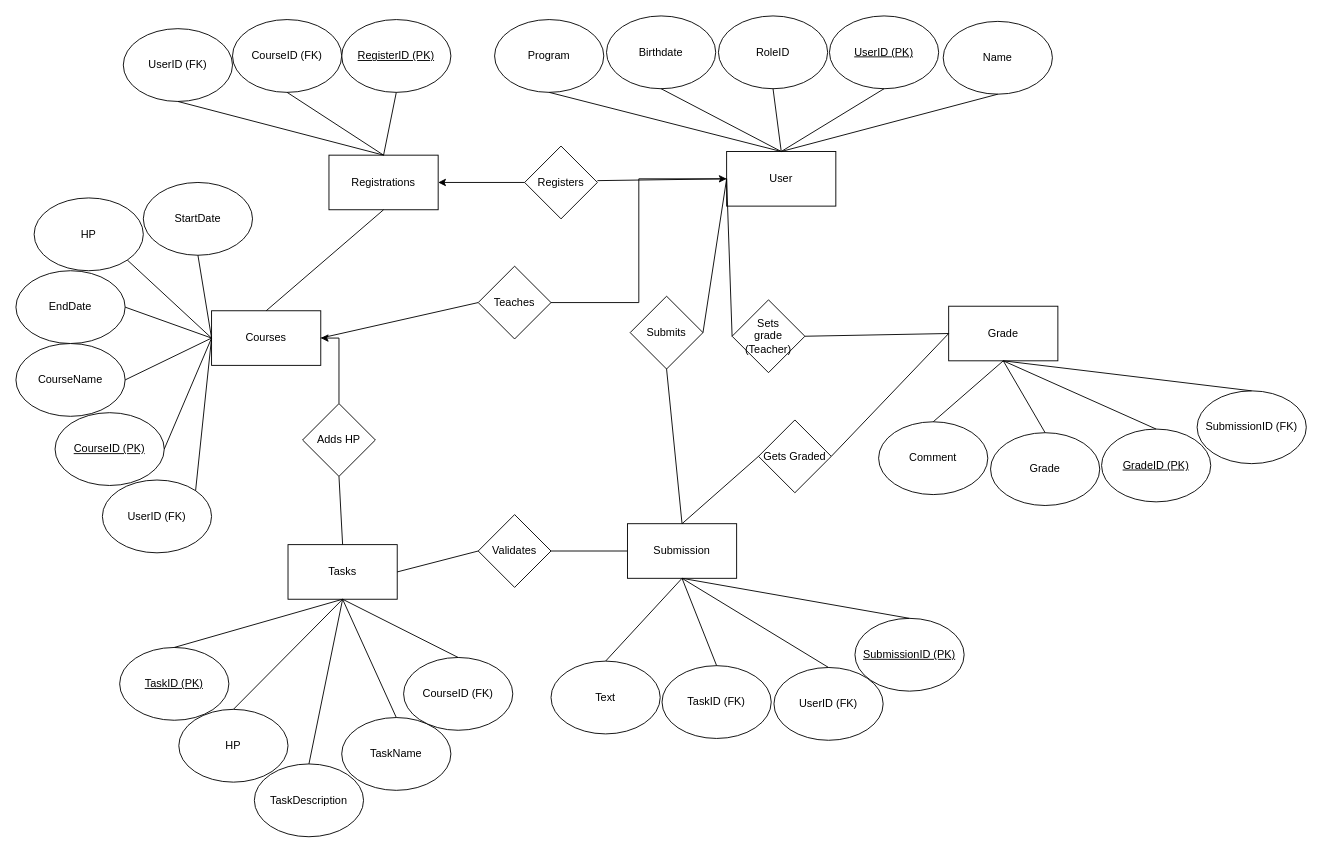
B4lkongen/databas_project keeps this draw.io diagram as documentation/ER.drawio. Above is the earlier version. Source tidied: cells renumbered, new cells numbered last; positions are measured from the earlier drawing's top-left corner, leaving out a move shared by most shapes. Both pictures are drawn from the tidied source at 91%, with x=0, y=0 at pixel (15, 15).
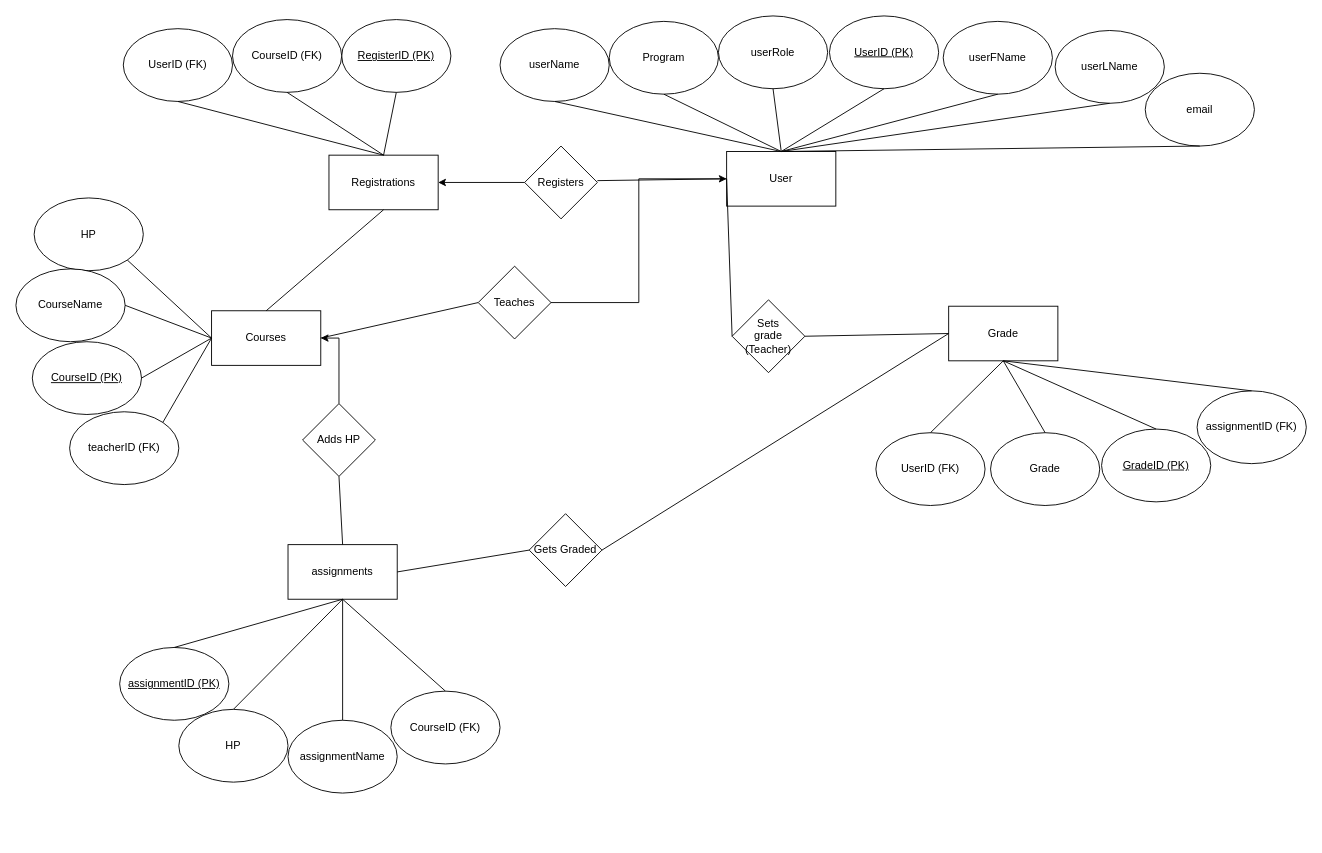
The same page after the edit.

The change refers to these unchanged cells:
```xml
<mxCell id="2" value="User" style="rounded=0;whiteSpace=wrap;html=1;" parent="1" vertex="1">
  <mxGeometry x="781" y="149" width="120" height="60" as="geometry" />
</mxCell>
<mxCell id="6" value="Courses" style="rounded=0;whiteSpace=wrap;html=1;" parent="1" vertex="1">
  <mxGeometry x="215" y="324" width="120" height="60" as="geometry" />
</mxCell>
<mxCell id="10" value="Grade" style="rounded=0;whiteSpace=wrap;html=1;" parent="1" vertex="1">
  <mxGeometry x="1025" y="319" width="120" height="60" as="geometry" />
</mxCell>
```

Change to the diagram source:
```diff
@@
-    <mxCell id="4" value="Submission" style="rounded=0;whiteSpace=wrap;html=1;" parent="1" vertex="1">
-      <mxGeometry x="672" y="558" width="120" height="60" as="geometry" />
-    </mxCell>
-    <mxCell id="5" value="&lt;span style=&quot;background-color: initial;&quot;&gt;Text&lt;/span&gt;" style="ellipse;whiteSpace=wrap;html=1;" parent="1" vertex="1">
-      <mxGeometry x="588" y="709" width="120" height="80" as="geometry" />
-    </mxCell>
@@
-    <mxCell id="7" value="EndDate" style="ellipse;whiteSpace=wrap;html=1;" parent="1" vertex="1">
-      <mxGeometry y="280" width="120" height="80" as="geometry" />
-    </mxCell>
-    <mxCell id="8" value="Tasks" style="rounded=0;whiteSpace=wrap;html=1;" parent="1" vertex="1">
+    <mxCell id="8" value="assignments" style="rounded=0;whiteSpace=wrap;html=1;" parent="1" vertex="1">
       <mxGeometry x="299" y="581" width="120" height="60" as="geometry" />
     </mxCell>
@@
-    <mxCell id="11" value="&lt;div&gt;Comment&lt;/div&gt;" style="ellipse;whiteSpace=wrap;html=1;" parent="1" vertex="1">
-      <mxGeometry x="948" y="446" width="120" height="80" as="geometry" />
-    </mxCell>
@@
-    <mxCell id="14" value="StartDate" style="ellipse;whiteSpace=wrap;html=1;" parent="1" vertex="1">
-      <mxGeometry x="140" y="183" width="120" height="80" as="geometry" />
-    </mxCell>
@@
     <mxCell id="16" value="CourseName" style="ellipse;whiteSpace=wrap;html=1;" parent="1" vertex="1">
-      <mxGeometry y="360" width="120" height="80" as="geometry" />
+      <mxGeometry y="278" width="120" height="80" as="geometry" />
     </mxCell>
-    <mxCell id="17" value="UserID (FK)" style="ellipse;whiteSpace=wrap;html=1;" parent="1" vertex="1">
-      <mxGeometry x="95" y="510" width="120" height="80" as="geometry" />
+    <mxCell id="17" value="teacherID (FK)" style="ellipse;whiteSpace=wrap;html=1;" parent="1" vertex="1">
+      <mxGeometry x="59" y="435" width="120" height="80" as="geometry" />
     </mxCell>
     <mxCell id="18" value="&lt;u&gt;CourseID (PK)&lt;/u&gt;" style="ellipse;whiteSpace=wrap;html=1;" parent="1" vertex="1">
-      <mxGeometry x="43" y="436" width="120" height="80" as="geometry" />
+      <mxGeometry x="18" y="358" width="120" height="80" as="geometry" />
     </mxCell>
-    <mxCell id="19" style="endArrow=none;html=1;rounded=0;entryX=0.5;entryY=1;entryDx=0;entryDy=0;exitX=0;exitY=0.5;exitDx=0;exitDy=0;" parent="1" edge="1" source="6" target="14">
-      <mxGeometry relative="1" as="geometry" />
-    </mxCell>
@@
-    <mxCell id="21" style="endArrow=none;html=1;rounded=0;entryX=1;entryY=0.5;entryDx=0;entryDy=0;exitX=0;exitY=0.5;exitDx=0;exitDy=0;" parent="1" edge="1" source="6" target="7">
-      <mxGeometry relative="1" as="geometry" />
-    </mxCell>
@@
-    <mxCell id="25" value="TaskDescription" style="ellipse;whiteSpace=wrap;html=1;" parent="1" vertex="1">
-      <mxGeometry x="262" y="822" width="120" height="80" as="geometry" />
-    </mxCell>
-    <mxCell id="26" value="TaskName" style="ellipse;whiteSpace=wrap;html=1;" parent="1" vertex="1">
-      <mxGeometry x="358" y="771" width="120" height="80" as="geometry" />
+    <mxCell id="26" value="assignmentName" style="ellipse;whiteSpace=wrap;html=1;" parent="1" vertex="1">
+      <mxGeometry x="299" y="774" width="120" height="80" as="geometry" />
     </mxCell>
-    <mxCell id="27" value="&lt;u&gt;TaskID (PK)&lt;/u&gt;" style="ellipse;whiteSpace=wrap;html=1;" parent="1" vertex="1">
+    <mxCell id="27" value="&lt;u&gt;assignmentID (PK)&lt;/u&gt;" style="ellipse;whiteSpace=wrap;html=1;" parent="1" vertex="1">
       <mxGeometry x="114" y="694" width="120" height="80" as="geometry" />
     </mxCell>
     <mxCell id="28" value="CourseID (FK)" style="ellipse;whiteSpace=wrap;html=1;" parent="1" vertex="1">
-      <mxGeometry x="426" y="705" width="120" height="80" as="geometry" />
+      <mxGeometry x="412" y="742" width="120" height="80" as="geometry" />
     </mxCell>
@@
-    <mxCell id="32" style="endArrow=none;html=1;rounded=0;exitX=0.5;exitY=0;exitDx=0;exitDy=0;entryX=0.5;entryY=1;entryDx=0;entryDy=0;" parent="1" edge="1" source="25" target="8">
-      <mxGeometry relative="1" as="geometry" />
-    </mxCell>
@@
-    <mxCell id="34" value="TaskID (FK)" style="ellipse;whiteSpace=wrap;html=1;" parent="1" vertex="1">
-      <mxGeometry x="710" y="714" width="120" height="80" as="geometry" />
-    </mxCell>
     <mxCell id="35" value="UserID (FK)" style="ellipse;whiteSpace=wrap;html=1;" parent="1" vertex="1">
-      <mxGeometry x="833" y="716" width="120" height="80" as="geometry" />
+      <mxGeometry x="945" y="458" width="120" height="80" as="geometry" />
     </mxCell>
-    <mxCell id="36" value="&lt;u&gt;SubmissionID (PK)&lt;/u&gt;" style="ellipse;whiteSpace=wrap;html=1;" parent="1" vertex="1">
-      <mxGeometry x="922" y="662" width="120" height="80" as="geometry" />
-    </mxCell>
-    <mxCell id="37" style="endArrow=none;html=1;rounded=0;exitX=0.5;exitY=0;exitDx=0;exitDy=0;entryX=0.5;entryY=1;entryDx=0;entryDy=0;" parent="1" edge="1" source="5" target="4">
-      <mxGeometry relative="1" as="geometry" />
-    </mxCell>
-    <mxCell id="38" style="endArrow=none;html=1;rounded=0;exitX=0.5;exitY=0;exitDx=0;exitDy=0;entryX=0.5;entryY=1;entryDx=0;entryDy=0;" parent="1" edge="1" source="34" target="4">
-      <mxGeometry relative="1" as="geometry" />
-    </mxCell>
-    <mxCell id="39" style="endArrow=none;html=1;rounded=0;exitX=0.5;exitY=0;exitDx=0;exitDy=0;entryX=0.5;entryY=1;entryDx=0;entryDy=0;" parent="1" edge="1" source="35" target="4">
+    <mxCell id="39" style="endArrow=none;html=1;rounded=0;exitX=0.5;exitY=0;exitDx=0;exitDy=0;entryX=0.5;entryY=1;entryDx=0;entryDy=0;" parent="1" edge="1" source="35" target="10">
       <mxGeometry relative="1" as="geometry" />
     </mxCell>
-    <mxCell id="40" style="endArrow=none;html=1;rounded=0;entryX=0.5;entryY=0;entryDx=0;entryDy=0;exitX=0.5;exitY=1;exitDx=0;exitDy=0;" parent="1" edge="1" source="4" target="36">
-      <mxGeometry relative="1" as="geometry" />
-    </mxCell>
@@
     <mxCell id="46" value="Program" style="ellipse;whiteSpace=wrap;html=1;" parent="1" vertex="1">
-      <mxGeometry x="526" y="4" width="120" height="80" as="geometry" />
+      <mxGeometry x="652" y="6" width="120" height="80" as="geometry" />
     </mxCell>
-    <mxCell id="47" value="Birthdate" style="ellipse;whiteSpace=wrap;html=1;" parent="1" vertex="1">
-      <mxGeometry x="649" width="120" height="80" as="geometry" />
+    <mxCell id="47" value="userLName" style="ellipse;whiteSpace=wrap;html=1;" parent="1" vertex="1">
+      <mxGeometry x="1142" y="16" width="120" height="80" as="geometry" />
     </mxCell>
-    <mxCell id="48" value="Name" style="ellipse;whiteSpace=wrap;html=1;" parent="1" vertex="1">
+    <mxCell id="48" value="userFName" style="ellipse;whiteSpace=wrap;html=1;" parent="1" vertex="1">
       <mxGeometry x="1019" y="6" width="120" height="80" as="geometry" />
     </mxCell>
-    <mxCell id="49" value="RoleID" style="ellipse;whiteSpace=wrap;html=1;" parent="1" vertex="1">
+    <mxCell id="49" value="userRole" style="ellipse;whiteSpace=wrap;html=1;" parent="1" vertex="1">
       <mxGeometry x="772" width="120" height="80" as="geometry" />
     </mxCell>
@@
-    <mxCell id="56" value="SubmissionID (FK)" style="ellipse;whiteSpace=wrap;html=1;" parent="1" vertex="1">
+    <mxCell id="56" value="assignmentID (FK)" style="ellipse;whiteSpace=wrap;html=1;" parent="1" vertex="1">
       <mxGeometry x="1298" y="412" width="120" height="80" as="geometry" />
     </mxCell>
@@
-    <mxCell id="61" style="endArrow=none;html=1;rounded=0;exitX=0.5;exitY=0;exitDx=0;exitDy=0;entryX=0.5;entryY=1;entryDx=0;entryDy=0;" parent="1" edge="1" source="11" target="10">
-      <mxGeometry relative="1" as="geometry" />
-    </mxCell>
@@
-    <mxCell id="67" value="Validates" style="rhombus;whiteSpace=wrap;html=1;" parent="1" vertex="1">
-      <mxGeometry x="508" y="548" width="80" height="80" as="geometry" />
-    </mxCell>
-    <mxCell id="68" style="endArrow=none;html=1;rounded=0;exitX=1;exitY=0.5;exitDx=0;exitDy=0;entryX=0;entryY=0.5;entryDx=0;entryDy=0;" parent="1" edge="1" source="67" target="4">
-      <mxGeometry relative="1" as="geometry" />
-    </mxCell>
-    <mxCell id="69" style="endArrow=none;html=1;rounded=0;entryX=0;entryY=0.5;entryDx=0;entryDy=0;exitX=1;exitY=0.5;exitDx=0;exitDy=0;" parent="1" edge="1" source="8" target="67">
-      <mxGeometry relative="1" as="geometry" />
-    </mxCell>
-    <mxCell id="70" value="Submits" style="rhombus;whiteSpace=wrap;html=1;" parent="1" vertex="1">
-      <mxGeometry x="675" y="308" width="80" height="80" as="geometry" />
-    </mxCell>
-    <mxCell id="71" style="endArrow=none;html=1;rounded=0;entryX=0;entryY=0.5;entryDx=0;entryDy=0;exitX=1;exitY=0.5;exitDx=0;exitDy=0;" parent="1" edge="1" source="70" target="2">
-      <mxGeometry relative="1" as="geometry" />
-    </mxCell>
-    <mxCell id="72" style="endArrow=none;html=1;rounded=0;entryX=0.5;entryY=1;entryDx=0;entryDy=0;exitX=0.5;exitY=0;exitDx=0;exitDy=0;" parent="1" edge="1" source="4" target="70">
-      <mxGeometry relative="1" as="geometry" />
-    </mxCell>
@@
     <mxCell id="81" value="Gets Graded" style="rhombus;whiteSpace=wrap;html=1;" parent="1" vertex="1">
-      <mxGeometry x="816" y="444" width="80" height="80" as="geometry" />
+      <mxGeometry x="564" y="547" width="80" height="80" as="geometry" />
     </mxCell>
@@
-    <mxCell id="83" style="endArrow=none;html=1;rounded=0;exitX=0;exitY=0.5;exitDx=0;exitDy=0;entryX=0.5;entryY=0;entryDx=0;entryDy=0;" parent="1" edge="1" source="81" target="4">
+    <mxCell id="83" style="endArrow=none;html=1;rounded=0;exitX=0;exitY=0.5;exitDx=0;exitDy=0;entryX=1;entryY=0.5;entryDx=0;entryDy=0;" parent="1" edge="1" source="81" target="8">
       <mxGeometry relative="1" as="geometry" />
     </mxCell>
+    <mxCell id="84" value="userName" style="ellipse;whiteSpace=wrap;html=1;" parent="1" vertex="1">
+      <mxGeometry x="532" y="14" width="120" height="80" as="geometry" />
+    </mxCell>
+    <mxCell id="85" style="endArrow=none;html=1;rounded=0;exitX=0.5;exitY=1;exitDx=0;exitDy=0;entryX=0.5;entryY=0;entryDx=0;entryDy=0;" parent="1" edge="1" source="84" target="2">
+      <mxGeometry relative="1" as="geometry" />
+    </mxCell>
+    <mxCell id="86" value="email" style="ellipse;whiteSpace=wrap;html=1;" parent="1" vertex="1">
+      <mxGeometry x="1241" y="63" width="120" height="80" as="geometry" />
+    </mxCell>
+    <mxCell id="87" style="endArrow=none;html=1;rounded=0;entryX=0.5;entryY=1;entryDx=0;entryDy=0;exitX=0.5;exitY=0;exitDx=0;exitDy=0;" parent="1" edge="1" source="2" target="86">
+      <mxGeometry relative="1" as="geometry" />
+    </mxCell>
```
